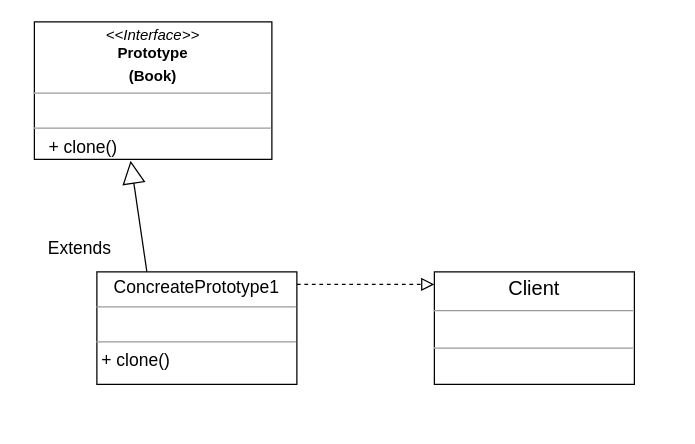
This is creational/prototype/proto.drawio from MaksShadows/Patterns, a draw.io file, before an edit. Source tidied: cells renumbered, new cells numbered last; positions are measured from the earlier drawing's top-left corner, leaving out a move shared by most shapes. Both pictures are drawn from the tidied source at 125%, with x=0, y=0 at pixel (34, 21).
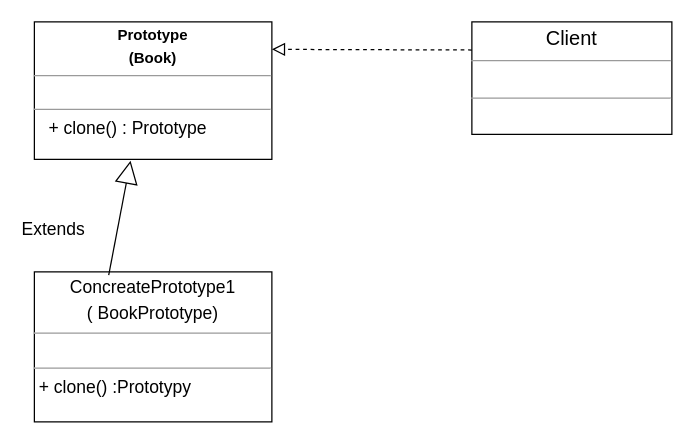
The same page after the edit.

Diff of the diagram source:
```diff
@@
 <mxGraphModel>
   <root>
     <mxCell id="0" />
     <mxCell id="1" parent="0" />
-    <mxCell id="2" value="&lt;p style=&quot;margin: 0px ; margin-top: 4px ; text-align: center&quot;&gt;&lt;i&gt;&amp;lt;&amp;lt;Interface&amp;gt;&amp;gt;&lt;/i&gt;&lt;br&gt;&lt;b&gt;Prototype&lt;/b&gt;&lt;/p&gt;&lt;p style=&quot;margin: 0px ; margin-top: 4px ; text-align: center&quot;&gt;&lt;b&gt;(Book)&lt;/b&gt;&lt;/p&gt;&lt;hr size=&quot;1&quot;&gt;&lt;p style=&quot;margin: 0px ; margin-left: 4px&quot;&gt;&lt;br&gt;&lt;/p&gt;&lt;hr size=&quot;1&quot;&gt;&lt;p style=&quot;text-align: justify ; margin: 0px 0px 0px 4px&quot;&gt;&lt;font style=&quot;font-size: 14px&quot;&gt;&amp;nbsp; + clone()&lt;/font&gt;&lt;/p&gt;" style="verticalAlign=top;align=left;overflow=fill;fontSize=12;fontFamily=Helvetica;html=1;" parent="1" vertex="1">
+    <mxCell id="2" value="&lt;p style=&quot;margin: 0px ; margin-top: 4px ; text-align: center&quot;&gt;&lt;b&gt;Prototype&lt;/b&gt;&lt;/p&gt;&lt;p style=&quot;margin: 0px ; margin-top: 4px ; text-align: center&quot;&gt;&lt;b&gt;(Book)&lt;/b&gt;&lt;/p&gt;&lt;hr size=&quot;1&quot;&gt;&lt;p style=&quot;margin: 0px ; margin-left: 4px&quot;&gt;&lt;br&gt;&lt;/p&gt;&lt;hr size=&quot;1&quot;&gt;&lt;p style=&quot;text-align: justify ; margin: 0px 0px 0px 4px&quot;&gt;&lt;font style=&quot;font-size: 14px&quot;&gt;&amp;nbsp; + clone() : Prototype&lt;/font&gt;&lt;/p&gt;" style="verticalAlign=top;align=left;overflow=fill;fontSize=12;fontFamily=Helvetica;html=1;" parent="1" vertex="1">
       <mxGeometry width="190" height="110" as="geometry" />
     </mxCell>
-    <mxCell id="3" value="&lt;p style=&quot;text-align: center ; margin: 4px 0px 0px ; font-size: 14px&quot;&gt;&lt;font style=&quot;font-size: 14px&quot;&gt;ConcreatePrototype1&lt;/font&gt;&lt;/p&gt;&lt;hr size=&quot;1&quot; style=&quot;text-align: justify ; font-size: 14px&quot;&gt;&lt;p style=&quot;text-align: justify ; margin: 0px 0px 0px 4px&quot;&gt;&lt;br&gt;&lt;/p&gt;&lt;hr size=&quot;1&quot; style=&quot;text-align: justify&quot;&gt;&lt;p style=&quot;text-align: justify ; margin: 0px 0px 0px 4px&quot;&gt;&lt;font style=&quot;font-size: 14px&quot;&gt;+ clone()&lt;/font&gt;&lt;/p&gt;" style="verticalAlign=top;align=left;overflow=fill;fontSize=12;fontFamily=Helvetica;html=1;" parent="1" vertex="1">
-      <mxGeometry x="50" y="200" width="160" height="90" as="geometry" />
+    <mxCell id="3" value="&lt;p style=&quot;text-align: center ; margin: 4px 0px 0px ; font-size: 14px&quot;&gt;&lt;font style=&quot;font-size: 14px&quot;&gt;ConcreatePrototype1&lt;/font&gt;&lt;/p&gt;&lt;p style=&quot;text-align: center ; margin: 4px 0px 0px ; font-size: 14px&quot;&gt;&lt;font style=&quot;font-size: 14px&quot;&gt;(&amp;nbsp;BookPrototype)&lt;/font&gt;&lt;/p&gt;&lt;hr size=&quot;1&quot; style=&quot;text-align: justify ; font-size: 14px&quot;&gt;&lt;p style=&quot;text-align: justify ; margin: 0px 0px 0px 4px&quot;&gt;&lt;br&gt;&lt;/p&gt;&lt;hr size=&quot;1&quot; style=&quot;text-align: justify&quot;&gt;&lt;p style=&quot;text-align: justify ; margin: 0px 0px 0px 4px&quot;&gt;&lt;font style=&quot;font-size: 14px&quot;&gt;+ clone() :Prototypy&lt;/font&gt;&lt;/p&gt;&lt;div&gt;&lt;br&gt;&lt;/div&gt;" style="verticalAlign=top;align=left;overflow=fill;fontSize=12;fontFamily=Helvetica;html=1;" parent="1" vertex="1">
+      <mxGeometry y="200" width="190" height="120" as="geometry" />
     </mxCell>
     <mxCell id="4" value="&lt;p style=&quot;text-align: center ; margin: 4px 0px 0px ; font-size: 16px&quot;&gt;&lt;font style=&quot;font-size: 16px&quot;&gt;Client&lt;/font&gt;&lt;/p&gt;&lt;hr size=&quot;1&quot; style=&quot;text-align: justify ; font-size: 16px&quot;&gt;&lt;p style=&quot;text-align: justify ; margin: 0px 0px 0px 4px&quot;&gt;&lt;br&gt;&lt;/p&gt;&lt;hr size=&quot;1&quot; style=&quot;text-align: justify&quot;&gt;&lt;p style=&quot;text-align: justify ; margin: 0px 0px 0px 4px&quot;&gt;&lt;br&gt;&lt;/p&gt;" style="verticalAlign=top;align=left;overflow=fill;fontSize=12;fontFamily=Helvetica;html=1;" parent="1" vertex="1">
-      <mxGeometry x="320" y="200" width="160" height="90" as="geometry" />
+      <mxGeometry x="350" width="160" height="90" as="geometry" />
     </mxCell>
-    <mxCell id="5" value="Extends" style="endArrow=block;endSize=16;endFill=0;html=1;fontSize=14;entryX=0.405;entryY=1.01;entryDx=0;entryDy=0;entryPerimeter=0;exitX=0.25;exitY=0;exitDx=0;exitDy=0;" parent="1" edge="1" source="3" target="2">
+    <mxCell id="5" value="Extends" style="endArrow=block;endSize=16;endFill=0;html=1;fontSize=14;entryX=0.405;entryY=1.01;entryDx=0;entryDy=0;entryPerimeter=0;exitX=0.313;exitY=0.022;exitDx=0;exitDy=0;exitPerimeter=0;" parent="1" edge="1" source="3" target="2">
       <mxGeometry x="-0.4" y="51" relative="1" as="geometry" />
     </mxCell>
-    <mxCell id="6" style="endArrow=block;startArrow=none;endFill=0;startFill=0;endSize=8;html=1;verticalAlign=bottom;dashed=1;labelBackgroundColor=none;" parent="1" edge="1">
-      <mxGeometry relative="1" as="geometry">
-        <mxPoint x="210" y="210" as="sourcePoint" />
-        <mxPoint x="320" y="210" as="targetPoint" />
-      </mxGeometry>
+    <mxCell id="6" style="endArrow=block;startArrow=none;endFill=0;startFill=0;endSize=8;html=1;verticalAlign=bottom;dashed=1;labelBackgroundColor=none;exitX=0;exitY=0.25;exitDx=0;exitDy=0;entryX=1;entryY=0.2;entryDx=0;entryDy=0;entryPerimeter=0;" parent="1" edge="1" source="4" target="2">
+      <mxGeometry relative="1" as="geometry" />
     </mxCell>
   </root>
 </mxGraphModel>
```
